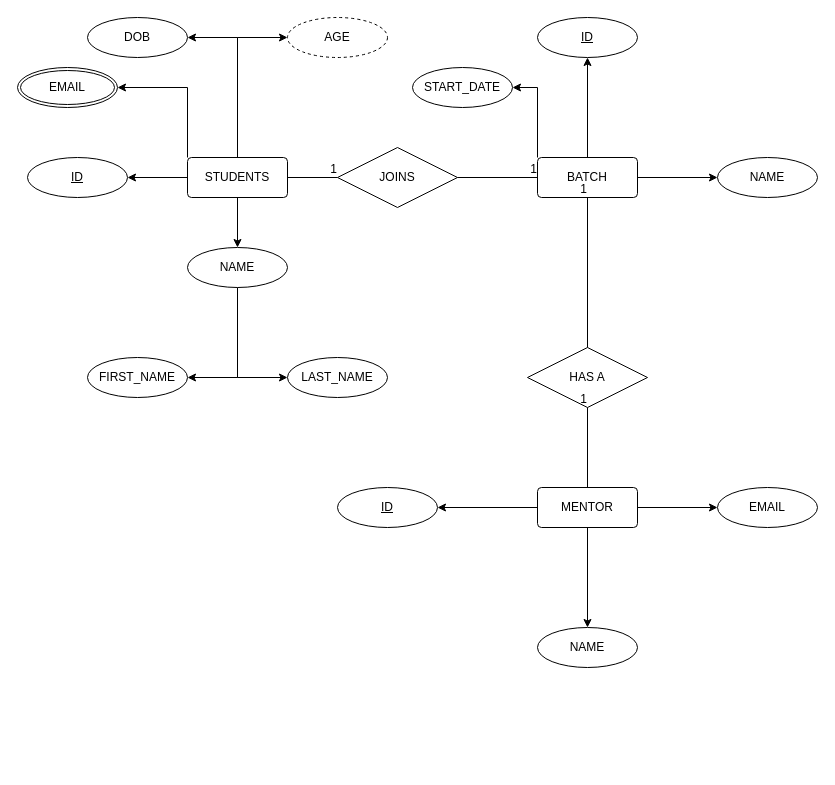
AnusrutaD/DBMS_practice keeps this draw.io diagram as Scaler_ER.drawio. Above is the earlier version. Source tidied: cells renumbered, new cells numbered last; positions are measured from the earlier drawing's top-left corner, leaving out a move shared by most shapes. Both pictures are drawn from the tidied source at 100%, with x=0, y=0 at pixel (17, 17).
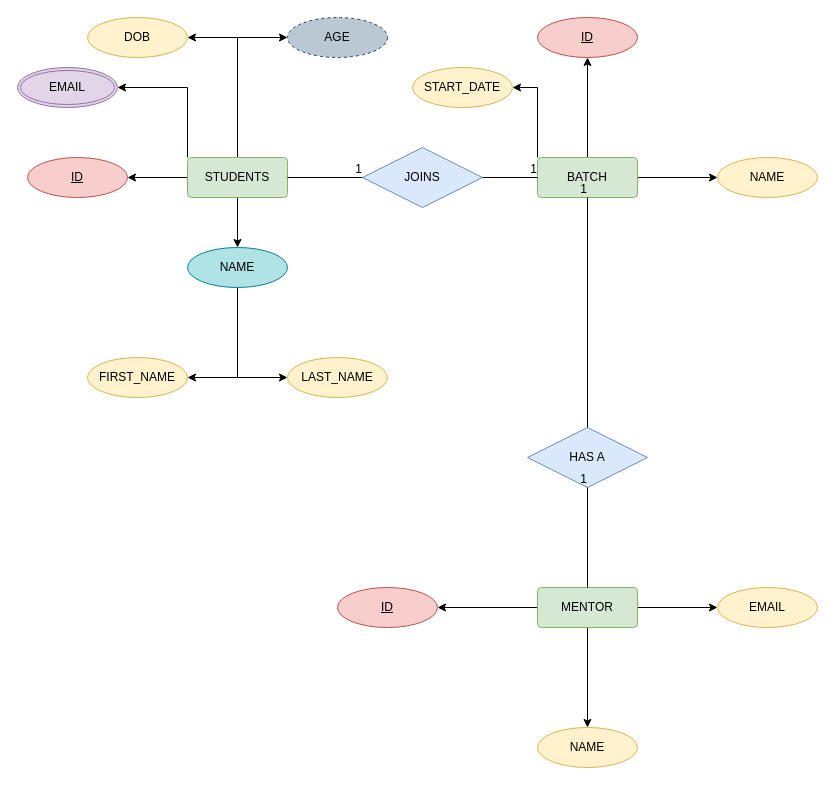
Above is the later version.

The edit, as a diff of the source:
```diff
@@
-    <mxCell id="7" value="STUDENTS" style="rounded=1;arcSize=10;whiteSpace=wrap;html=1;align=center;" parent="1" vertex="1">
+    <mxCell id="7" value="STUDENTS" style="rounded=1;arcSize=10;whiteSpace=wrap;html=1;align=center;fillColor=#d5e8d4;strokeColor=#82b366;" parent="1" vertex="1">
       <mxGeometry x="170" y="140" width="100" height="40" as="geometry" />
     </mxCell>
-    <mxCell id="8" value="ID" style="ellipse;whiteSpace=wrap;html=1;align=center;fontStyle=4;" parent="1" vertex="1">
+    <mxCell id="8" value="ID" style="ellipse;whiteSpace=wrap;html=1;align=center;fontStyle=4;fillColor=#f8cecc;strokeColor=#b85450;" parent="1" vertex="1">
       <mxGeometry x="10" y="140" width="100" height="40" as="geometry" />
     </mxCell>
@@
-    <mxCell id="11" value="NAME" style="ellipse;whiteSpace=wrap;html=1;align=center;" parent="1" vertex="1">
+    <mxCell id="11" value="NAME" style="ellipse;whiteSpace=wrap;html=1;align=center;fillColor=#b0e3e6;strokeColor=#0e8088;" parent="1" vertex="1">
       <mxGeometry x="170" y="230" width="100" height="40" as="geometry" />
     </mxCell>
-    <mxCell id="12" value="LAST_NAME" style="ellipse;whiteSpace=wrap;html=1;align=center;" parent="1" vertex="1">
+    <mxCell id="12" value="LAST_NAME" style="ellipse;whiteSpace=wrap;html=1;align=center;fillColor=#fff2cc;strokeColor=#d6b656;" parent="1" vertex="1">
       <mxGeometry x="270" y="340" width="100" height="40" as="geometry" />
     </mxCell>
-    <mxCell id="13" value="FIRST_NAME" style="ellipse;whiteSpace=wrap;html=1;align=center;" parent="1" vertex="1">
+    <mxCell id="13" value="FIRST_NAME" style="ellipse;whiteSpace=wrap;html=1;align=center;fillColor=#fff2cc;strokeColor=#d6b656;" parent="1" vertex="1">
       <mxGeometry x="70" y="340" width="100" height="40" as="geometry" />
     </mxCell>
-    <mxCell id="14" value="DOB" style="ellipse;whiteSpace=wrap;html=1;align=center;" parent="1" vertex="1">
+    <mxCell id="14" value="DOB" style="ellipse;whiteSpace=wrap;html=1;align=center;fillColor=#fff2cc;strokeColor=#d6b656;" parent="1" vertex="1">
       <mxGeometry x="70" width="100" height="40" as="geometry" />
     </mxCell>
-    <mxCell id="15" value="AGE" style="ellipse;whiteSpace=wrap;html=1;align=center;dashed=1;" parent="1" vertex="1">
+    <mxCell id="15" value="AGE" style="ellipse;whiteSpace=wrap;html=1;align=center;dashed=1;fillColor=#bac8d3;strokeColor=#23445d;" parent="1" vertex="1">
       <mxGeometry x="270" width="100" height="40" as="geometry" />
     </mxCell>
-    <mxCell id="16" value="EMAIL" style="ellipse;shape=doubleEllipse;margin=3;whiteSpace=wrap;html=1;align=center;" parent="1" vertex="1">
+    <mxCell id="16" value="EMAIL" style="ellipse;shape=doubleEllipse;margin=3;whiteSpace=wrap;html=1;align=center;fillColor=#e1d5e7;strokeColor=#9673a6;" parent="1" vertex="1">
       <mxGeometry y="50" width="100" height="40" as="geometry" />
     </mxCell>
@@
-    <mxCell id="20" value="BATCH" style="rounded=1;arcSize=10;whiteSpace=wrap;html=1;align=center;" parent="1" vertex="1">
+    <mxCell id="20" value="BATCH" style="rounded=1;arcSize=10;whiteSpace=wrap;html=1;align=center;fillColor=#d5e8d4;strokeColor=#82b366;" parent="1" vertex="1">
       <mxGeometry x="520" y="140" width="100" height="40" as="geometry" />
     </mxCell>
-    <mxCell id="21" value="ID" style="ellipse;whiteSpace=wrap;html=1;align=center;fontStyle=4;" parent="1" vertex="1">
+    <mxCell id="21" value="ID" style="ellipse;whiteSpace=wrap;html=1;align=center;fontStyle=4;fillColor=#f8cecc;strokeColor=#b85450;" parent="1" vertex="1">
       <mxGeometry x="520" width="100" height="40" as="geometry" />
     </mxCell>
-    <mxCell id="22" value="NAME" style="ellipse;whiteSpace=wrap;html=1;align=center;" parent="1" vertex="1">
+    <mxCell id="22" value="NAME" style="ellipse;whiteSpace=wrap;html=1;align=center;fillColor=#fff2cc;strokeColor=#d6b656;" parent="1" vertex="1">
       <mxGeometry x="700" y="140" width="100" height="40" as="geometry" />
     </mxCell>
-    <mxCell id="23" value="START_DATE" style="ellipse;whiteSpace=wrap;html=1;align=center;" parent="1" vertex="1">
+    <mxCell id="23" value="START_DATE" style="ellipse;whiteSpace=wrap;html=1;align=center;fillColor=#fff2cc;strokeColor=#d6b656;" parent="1" vertex="1">
       <mxGeometry x="395" y="50" width="100" height="40" as="geometry" />
     </mxCell>
-    <mxCell id="24" value="JOINS" style="shape=rhombus;perimeter=rhombusPerimeter;whiteSpace=wrap;html=1;align=center;" parent="1" vertex="1">
-      <mxGeometry x="320" y="130" width="120" height="60" as="geometry" />
+    <mxCell id="24" value="JOINS" style="shape=rhombus;perimeter=rhombusPerimeter;whiteSpace=wrap;html=1;align=center;fillColor=#dae8fc;strokeColor=#6c8ebf;" parent="1" vertex="1">
+      <mxGeometry x="345" y="130" width="120" height="60" as="geometry" />
     </mxCell>
@@
-    <mxCell id="32" value="MENTOR" style="rounded=1;arcSize=10;whiteSpace=wrap;html=1;align=center;" parent="1" vertex="1">
-      <mxGeometry x="520" y="470" width="100" height="40" as="geometry" />
+    <mxCell id="32" value="MENTOR" style="rounded=1;arcSize=10;whiteSpace=wrap;html=1;align=center;fillColor=#d5e8d4;strokeColor=#82b366;" parent="1" vertex="1">
+      <mxGeometry x="520" y="570" width="100" height="40" as="geometry" />
     </mxCell>
-    <mxCell id="33" value="NAME" style="ellipse;whiteSpace=wrap;html=1;align=center;" parent="1" vertex="1">
-      <mxGeometry x="520" y="610" width="100" height="40" as="geometry" />
+    <mxCell id="33" value="NAME" style="ellipse;whiteSpace=wrap;html=1;align=center;fillColor=#fff2cc;strokeColor=#d6b656;" parent="1" vertex="1">
+      <mxGeometry x="520" y="710" width="100" height="40" as="geometry" />
     </mxCell>
-    <mxCell id="34" value="ID" style="ellipse;whiteSpace=wrap;html=1;align=center;fontStyle=4;" parent="1" vertex="1">
-      <mxGeometry x="320" y="470" width="100" height="40" as="geometry" />
+    <mxCell id="34" value="ID" style="ellipse;whiteSpace=wrap;html=1;align=center;fontStyle=4;fillColor=#f8cecc;strokeColor=#b85450;" parent="1" vertex="1">
+      <mxGeometry x="320" y="570" width="100" height="40" as="geometry" />
     </mxCell>
-    <mxCell id="35" value="EMAIL" style="ellipse;whiteSpace=wrap;html=1;align=center;" parent="1" vertex="1">
-      <mxGeometry x="700" y="470" width="100" height="40" as="geometry" />
+    <mxCell id="35" value="EMAIL" style="ellipse;whiteSpace=wrap;html=1;align=center;fillColor=#fff2cc;strokeColor=#d6b656;" parent="1" vertex="1">
+      <mxGeometry x="700" y="570" width="100" height="40" as="geometry" />
     </mxCell>
-    <mxCell id="36" value="HAS A" style="shape=rhombus;perimeter=rhombusPerimeter;whiteSpace=wrap;html=1;align=center;" parent="1" vertex="1">
-      <mxGeometry x="510" y="330" width="120" height="60" as="geometry" />
+    <mxCell id="36" value="HAS A" style="shape=rhombus;perimeter=rhombusPerimeter;whiteSpace=wrap;html=1;align=center;fillColor=#dae8fc;strokeColor=#6c8ebf;" parent="1" vertex="1">
+      <mxGeometry x="510" y="410" width="120" height="60" as="geometry" />
     </mxCell>
```
